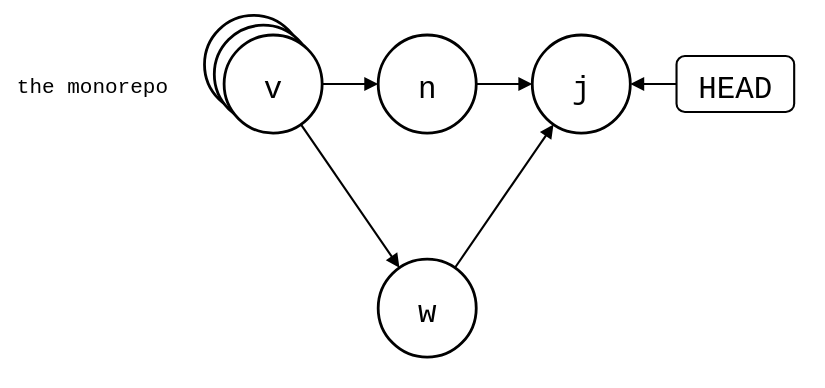
Before: docs/05-comparisons/02-third-party/josh-both-moved.drawio.svg, a diagram exported from draw.io (roschaefer/git-splice). Source tidied: cells renumbered, new cells last; positions are measured from the earlier drawing's top-left corner, leaving out a move shared by most shapes. Source of this version:
```xml
<mxGraphModel background="#ffffff">
  <root>
    <mxCell id="0" />
    <mxCell id="1" parent="0" />
    <mxCell id="2" value="the monorepo" style="text;strokeColor=none;fillColor=none;align=left;verticalAlign=middle;fontSize=15;fontFamily=Roboto Mono,monospace;" parent="1" vertex="1">
      <mxGeometry y="34" width="130" height="30" as="geometry" />
    </mxCell>
    <mxCell id="3" style="shape=ellipse;strokeWidth=2;fontSize=22;fontFamily=Roboto Mono,monospace;" parent="1" vertex="1">
      <mxGeometry x="136" width="70" height="70" as="geometry" />
    </mxCell>
    <mxCell id="4" style="shape=ellipse;strokeWidth=2;fontSize=22;fontFamily=Roboto Mono,monospace;" parent="1" vertex="1">
      <mxGeometry x="143" y="7" width="70" height="70" as="geometry" />
    </mxCell>
    <mxCell id="5" value="v" style="ellipse;strokeWidth=2;fontSize=22;fontFamily=Roboto Mono,monospace;" parent="1" vertex="1">
      <mxGeometry x="150" y="14" width="70" height="70" as="geometry" />
    </mxCell>
    <mxCell id="6" value="n" style="ellipse;strokeWidth=2;fontSize=22;fontFamily=Roboto Mono,monospace;" parent="1" vertex="1">
      <mxGeometry x="260" y="14" width="70" height="70" as="geometry" />
    </mxCell>
    <mxCell id="7" value="j" style="ellipse;strokeWidth=2;fontSize=22;fontFamily=Roboto Mono,monospace;" parent="1" vertex="1">
      <mxGeometry x="370" y="14" width="70" height="70" as="geometry" />
    </mxCell>
    <mxCell id="8" value="w" style="ellipse;strokeWidth=2;fontSize=22;fontFamily=Roboto Mono,monospace;" parent="1" vertex="1">
      <mxGeometry x="260" y="174" width="70" height="70" as="geometry" />
    </mxCell>
    <mxCell id="9" value="HEAD" style="rounded=1;strokeWidth=1.5;fontSize=22;fontFamily=Roboto Mono,monospace;" parent="1" vertex="1">
      <mxGeometry x="473" y="29" width="84" height="40" as="geometry" />
    </mxCell>
    <mxCell id="10" style="endArrow=block;endFill=1;html=1;strokeWidth=1.5;rounded=0;" parent="1" edge="1" source="9" target="7">
      <mxGeometry relative="1" as="geometry" />
    </mxCell>
    <mxCell id="11" style="endArrow=block;endFill=1;html=1;strokeWidth=1.5;rounded=0;" parent="1" edge="1" source="5" target="6">
      <mxGeometry relative="1" as="geometry" />
    </mxCell>
    <mxCell id="12" style="endArrow=block;endFill=1;html=1;strokeWidth=1.5;rounded=0;" parent="1" edge="1" source="6" target="7">
      <mxGeometry relative="1" as="geometry" />
    </mxCell>
    <mxCell id="13" style="endArrow=block;endFill=1;html=1;strokeWidth=1.5;rounded=0;" parent="1" edge="1" source="5" target="8">
      <mxGeometry relative="1" as="geometry" />
    </mxCell>
    <mxCell id="14" style="endArrow=block;endFill=1;html=1;strokeWidth=1.5;rounded=0;" parent="1" edge="1" source="8" target="7">
      <mxGeometry relative="1" as="geometry" />
    </mxCell>
  </root>
</mxGraphModel>
```
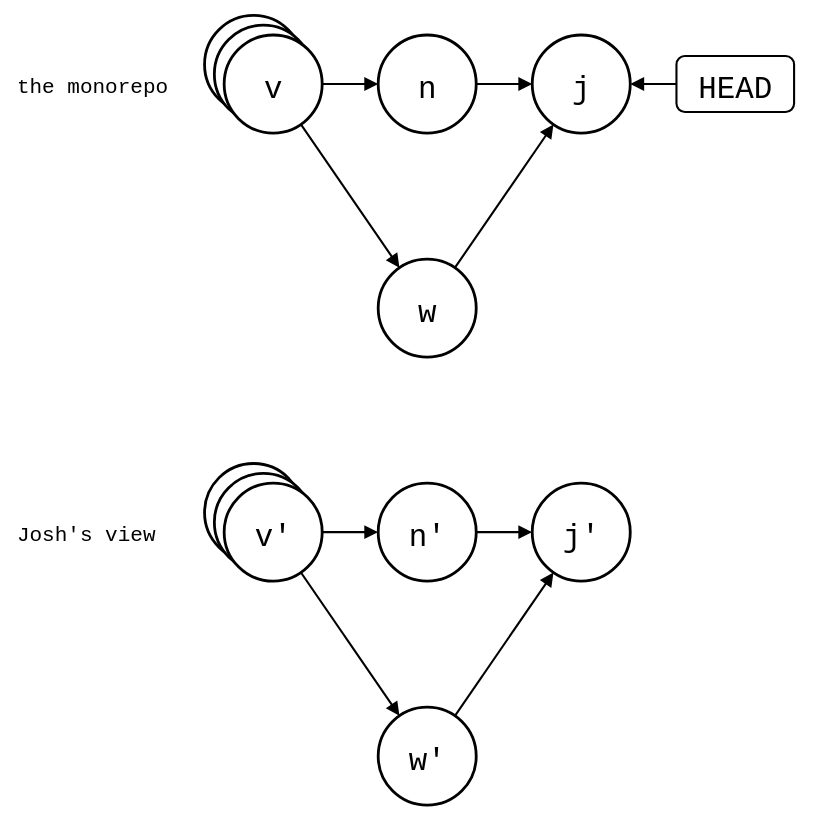
After the change.

Commit message:
docs(comparisons): draw Josh's view next to its monorepo when both moved

The git-splice drawings below each Josh step show the library's side,
so a reader comparing them missed it in the "both sides move on" step:
Josh makes the merge in its view first, from the library's own release,
and --reverse turns it into the monorepo's. The view row shows that,
and gives the later y' a j' to be compared with.

What changed in the source:
```diff
@@ -41,5 +41,38 @@
     <mxCell id="14" style="endArrow=block;endFill=1;html=1;strokeWidth=1.5;rounded=0;" parent="1" edge="1" source="8" target="7">
       <mxGeometry relative="1" as="geometry" />
     </mxCell>
+    <mxCell id="15" value="Josh's view" style="text;strokeColor=none;fillColor=none;align=left;verticalAlign=middle;fontSize=15;fontFamily=Roboto Mono,monospace;" parent="1" vertex="1">
+      <mxGeometry y="354" width="130" height="30" as="geometry" />
+    </mxCell>
+    <mxCell id="16" style="shape=ellipse;strokeWidth=2;fontSize=22;fontFamily=Roboto Mono,monospace;" parent="1" vertex="1">
+      <mxGeometry x="136" y="320" width="70" height="70" as="geometry" />
+    </mxCell>
+    <mxCell id="17" style="shape=ellipse;strokeWidth=2;fontSize=22;fontFamily=Roboto Mono,monospace;" parent="1" vertex="1">
+      <mxGeometry x="143" y="327" width="70" height="70" as="geometry" />
+    </mxCell>
+    <mxCell id="18" value="v'" style="ellipse;strokeWidth=2;fontSize=22;fontFamily=Roboto Mono,monospace;" parent="1" vertex="1">
+      <mxGeometry x="150" y="334" width="70" height="70" as="geometry" />
+    </mxCell>
+    <mxCell id="19" value="n'" style="ellipse;strokeWidth=2;fontSize=22;fontFamily=Roboto Mono,monospace;" parent="1" vertex="1">
+      <mxGeometry x="260" y="334" width="70" height="70" as="geometry" />
+    </mxCell>
+    <mxCell id="20" value="j'" style="ellipse;strokeWidth=2;fontSize=22;fontFamily=Roboto Mono,monospace;" parent="1" vertex="1">
+      <mxGeometry x="370" y="334" width="70" height="70" as="geometry" />
+    </mxCell>
+    <mxCell id="21" value="w'" style="ellipse;strokeWidth=2;fontSize=22;fontFamily=Roboto Mono,monospace;" parent="1" vertex="1">
+      <mxGeometry x="260" y="494" width="70" height="70" as="geometry" />
+    </mxCell>
+    <mxCell id="22" style="endArrow=block;endFill=1;html=1;strokeWidth=1.5;rounded=0;" parent="1" edge="1" source="18" target="19">
+      <mxGeometry relative="1" as="geometry" />
+    </mxCell>
+    <mxCell id="23" style="endArrow=block;endFill=1;html=1;strokeWidth=1.5;rounded=0;" parent="1" edge="1" source="19" target="20">
+      <mxGeometry relative="1" as="geometry" />
+    </mxCell>
+    <mxCell id="24" style="endArrow=block;endFill=1;html=1;strokeWidth=1.5;rounded=0;" parent="1" edge="1" source="18" target="21">
+      <mxGeometry relative="1" as="geometry" />
+    </mxCell>
+    <mxCell id="25" style="endArrow=block;endFill=1;html=1;strokeWidth=1.5;rounded=0;" parent="1" edge="1" source="21" target="20">
+      <mxGeometry relative="1" as="geometry" />
+    </mxCell>
   </root>
 </mxGraphModel>
```
